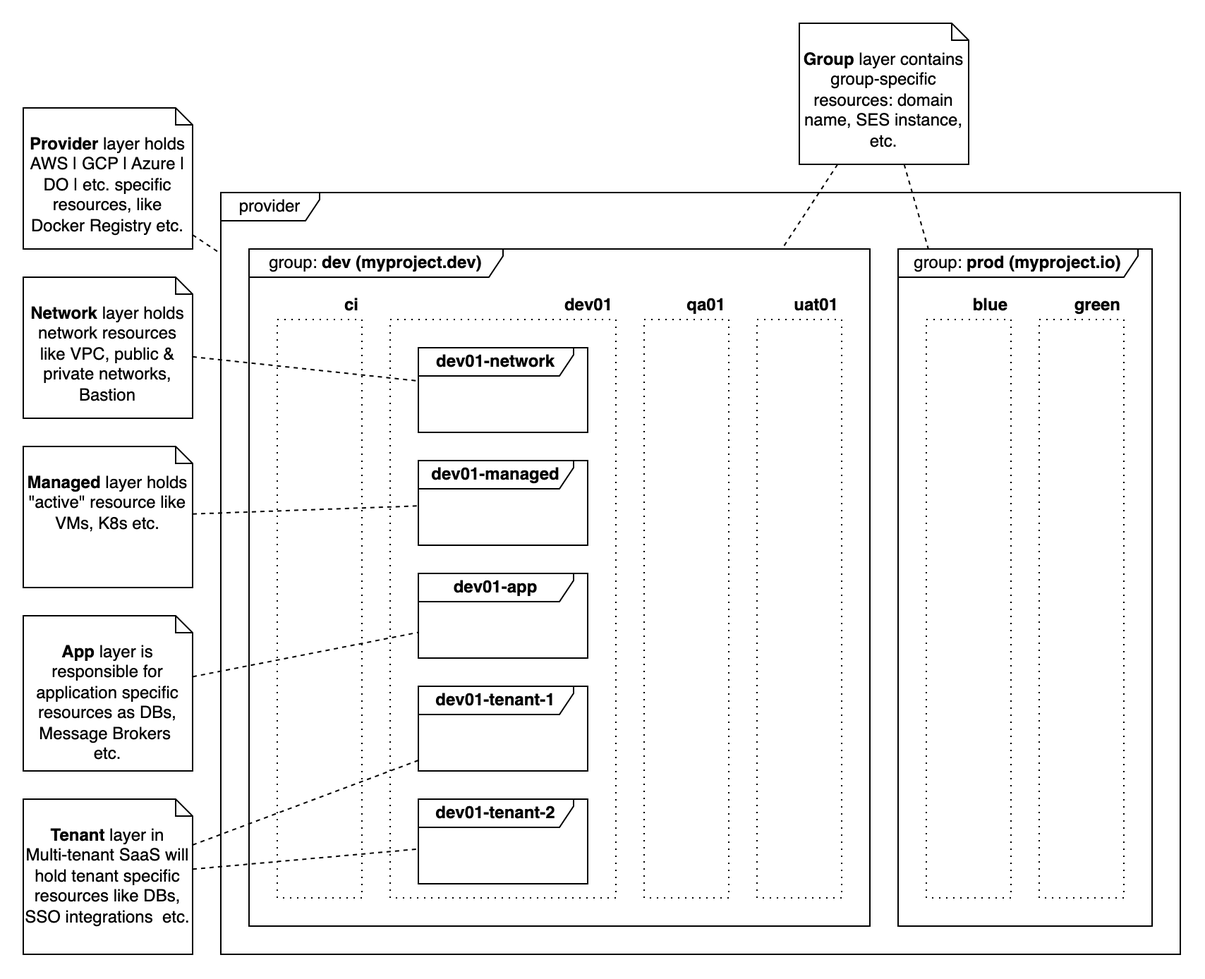
Above: layers.drawio.png in project-talan/tln-clouds (draw.io), before the change. Source tidied: cells renumbered, new cells last; positions are measured from the earlier drawing's top-left corner, leaving out a move shared by most shapes.
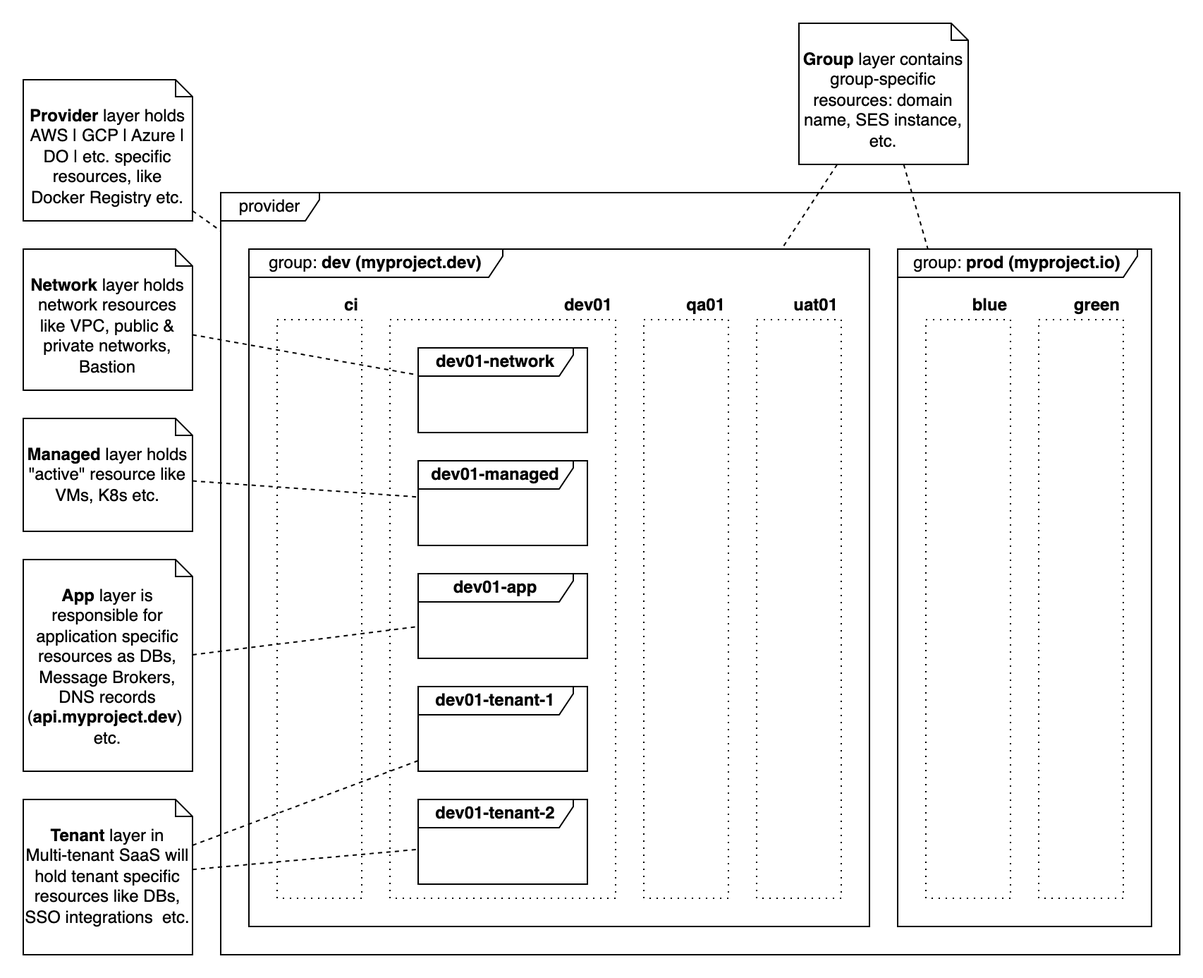
Above is the later version.

Commit message:
feat(docs): layers diagram

What changed in the source:
```diff
@@ -30,7 +30,7 @@
       <mxGeometry x="620" y="160" width="180" height="480" as="geometry" />
     </mxCell>
     <mxCell id="11" value="&lt;b&gt;Provider&lt;/b&gt; layer holds AWS | GCP | Azure | DO | etc. specific resources, like Docker Registry etc." style="shape=note2;boundedLbl=1;whiteSpace=wrap;html=1;size=12;verticalAlign=top;align=center;" parent="1" vertex="1">
-      <mxGeometry y="60" width="120" height="100" as="geometry" />
+      <mxGeometry y="40" width="120" height="100" as="geometry" />
     </mxCell>
     <mxCell id="12" style="endArrow=none;dashed=1;html=1;rounded=0;" parent="1" edge="1" source="11" target="4">
       <mxGeometry relative="1" as="geometry" />
@@ -78,19 +78,19 @@
       <mxGeometry x="740" y="190" width="40" height="20" as="geometry" />
     </mxCell>
     <mxCell id="27" value="&lt;b&gt;Network&lt;/b&gt;&amp;nbsp;layer holds network resources like VPC, public &amp;amp; private networks, Bastion" style="shape=note2;boundedLbl=1;whiteSpace=wrap;html=1;size=12;verticalAlign=top;align=center;" parent="1" vertex="1">
-      <mxGeometry y="180" width="120" height="100" as="geometry" />
+      <mxGeometry y="160" width="120" height="100" as="geometry" />
     </mxCell>
     <mxCell id="28" style="endArrow=none;dashed=1;html=1;rounded=0;" parent="1" edge="1" source="27" target="6">
       <mxGeometry relative="1" as="geometry" />
     </mxCell>
     <mxCell id="29" value="&lt;b&gt;Managed&lt;/b&gt;&amp;nbsp;layer holds &quot;active&quot; resource like VMs, K8s etc." style="shape=note2;boundedLbl=1;whiteSpace=wrap;html=1;size=12;verticalAlign=top;align=center;" parent="1" vertex="1">
-      <mxGeometry y="300" width="120" height="100" as="geometry" />
+      <mxGeometry y="280" width="120" height="80" as="geometry" />
     </mxCell>
     <mxCell id="30" style="endArrow=none;dashed=1;html=1;rounded=0;" parent="1" edge="1" source="29" target="7">
       <mxGeometry relative="1" as="geometry" />
     </mxCell>
-    <mxCell id="31" value="&lt;b&gt;App&lt;/b&gt;&amp;nbsp;layer is responsible for application specific resources as DBs, Message Brokers&amp;nbsp; etc." style="shape=note2;boundedLbl=1;whiteSpace=wrap;html=1;size=12;verticalAlign=top;align=center;" parent="1" vertex="1">
-      <mxGeometry y="420" width="120" height="110" as="geometry" />
+    <mxCell id="31" value="&lt;b&gt;App&lt;/b&gt;&amp;nbsp;layer is responsible for application specific resources as DBs, Message Brokers, DNS records (&lt;b&gt;api.myproject.dev&lt;/b&gt;)&amp;nbsp; etc." style="shape=note2;boundedLbl=1;whiteSpace=wrap;html=1;size=12;verticalAlign=top;align=center;" parent="1" vertex="1">
+      <mxGeometry y="380" width="120" height="150" as="geometry" />
     </mxCell>
     <mxCell id="32" value="&lt;b&gt;Tenant&lt;/b&gt;&amp;nbsp;layer in&lt;br&gt;Multi-tenant SaaS will hold tenant specific resources like DBs, SSO integrations&amp;nbsp; etc." style="shape=note2;boundedLbl=1;whiteSpace=wrap;html=1;size=12;verticalAlign=top;align=center;" parent="1" vertex="1">
       <mxGeometry y="550" width="120" height="110" as="geometry" />
```
